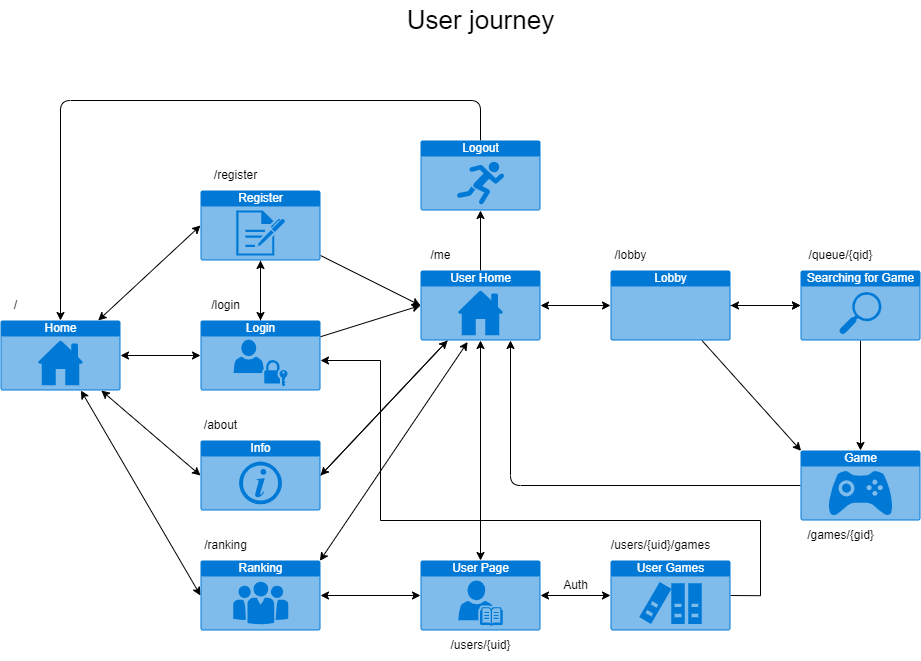
This is docs/diagrams/frontend/user-journey.drawio.png from Gongamax/Gomoku-Web, a draw.io export, as it was before one commit. Source tidied: cells renumbered, new cells last; positions are measured from the earlier drawing's top-left corner, leaving out a move shared by most shapes. Source of this version:
```xml
<mxGraphModel>
  <root>
    <mxCell id="0" />
    <mxCell id="1" parent="0" />
    <mxCell id="2" style="edgeStyle=none;html=1;entryX=0;entryY=0.5;entryDx=0;entryDy=0;entryPerimeter=0;startArrow=classic;startFill=1;" parent="1" edge="1" source="6">
      <mxGeometry relative="1" as="geometry">
        <mxPoint x="200" y="225" as="targetPoint" />
      </mxGeometry>
    </mxCell>
    <mxCell id="3" style="edgeStyle=none;html=1;entryX=0;entryY=0.5;entryDx=0;entryDy=0;entryPerimeter=0;startArrow=classic;startFill=1;" parent="1" edge="1" source="6" target="10">
      <mxGeometry relative="1" as="geometry" />
    </mxCell>
    <mxCell id="4" style="edgeStyle=none;html=1;entryX=0;entryY=0.5;entryDx=0;entryDy=0;entryPerimeter=0;startArrow=classic;startFill=1;" parent="1" edge="1" source="6" target="19">
      <mxGeometry relative="1" as="geometry" />
    </mxCell>
    <mxCell id="5" style="edgeStyle=none;html=1;entryX=0;entryY=0.5;entryDx=0;entryDy=0;entryPerimeter=0;startArrow=classic;startFill=1;" parent="1" edge="1" source="6" target="15">
      <mxGeometry relative="1" as="geometry" />
    </mxCell>
    <mxCell id="6" value="Home" style="html=1;strokeColor=none;fillColor=#0079D6;labelPosition=center;verticalLabelPosition=middle;verticalAlign=top;align=center;fontSize=12;outlineConnect=0;spacingTop=-6;fontColor=#FFFFFF;sketch=0;shape=mxgraph.sitemap.home;" parent="1" vertex="1">
      <mxGeometry y="320" width="120" height="70" as="geometry" />
    </mxCell>
    <mxCell id="7" value="/" style="text;html=1;align=center;verticalAlign=middle;strokeColor=none;fillColor=none;" parent="1" vertex="1">
      <mxGeometry y="290" width="30" height="30" as="geometry" />
    </mxCell>
    <mxCell id="8" style="edgeStyle=none;html=1;entryX=0;entryY=0.5;entryDx=0;entryDy=0;entryPerimeter=0;" parent="1" edge="1" source="10" target="24">
      <mxGeometry relative="1" as="geometry" />
    </mxCell>
    <mxCell id="9" style="edgeStyle=none;html=1;entryX=0.5;entryY=1;entryDx=0;entryDy=0;entryPerimeter=0;" parent="1" edge="1" source="10" target="28">
      <mxGeometry relative="1" as="geometry" />
    </mxCell>
    <mxCell id="10" value="Login" style="html=1;strokeColor=none;fillColor=#0079D6;labelPosition=center;verticalLabelPosition=middle;verticalAlign=top;align=center;fontSize=12;outlineConnect=0;spacingTop=-6;fontColor=#FFFFFF;sketch=0;shape=mxgraph.sitemap.login;" parent="1" vertex="1">
      <mxGeometry x="200" y="320" width="120" height="70" as="geometry" />
    </mxCell>
    <mxCell id="11" style="edgeStyle=none;html=1;entryX=0.005;entryY=0.005;entryDx=0;entryDy=0;entryPerimeter=0;" parent="1" edge="1" source="13" target="26">
      <mxGeometry relative="1" as="geometry" />
    </mxCell>
    <mxCell id="12" style="edgeStyle=none;html=1;entryX=0;entryY=0.5;entryDx=0;entryDy=0;entryPerimeter=0;" parent="1" edge="1" source="13" target="31">
      <mxGeometry relative="1" as="geometry" />
    </mxCell>
    <mxCell id="13" value="Lobby" style="html=1;strokeColor=none;fillColor=#0079D6;labelPosition=center;verticalLabelPosition=middle;verticalAlign=top;align=center;fontSize=12;outlineConnect=0;spacingTop=-6;fontColor=#FFFFFF;sketch=0;shape=mxgraph.sitemap.page;" parent="1" vertex="1">
      <mxGeometry x="610" y="270" width="120" height="70" as="geometry" />
    </mxCell>
    <mxCell id="14" style="edgeStyle=none;html=1;entryX=0;entryY=0.5;entryDx=0;entryDy=0;entryPerimeter=0;startArrow=classic;startFill=1;" parent="1" edge="1" source="15" target="17">
      <mxGeometry relative="1" as="geometry" />
    </mxCell>
    <mxCell id="15" value="Ranking&lt;br&gt;" style="html=1;strokeColor=none;fillColor=#0079D6;labelPosition=center;verticalLabelPosition=middle;verticalAlign=top;align=center;fontSize=12;outlineConnect=0;spacingTop=-6;fontColor=#FFFFFF;sketch=0;shape=mxgraph.sitemap.about_us;" parent="1" vertex="1">
      <mxGeometry x="200" y="560" width="120" height="70" as="geometry" />
    </mxCell>
    <mxCell id="16" style="edgeStyle=none;html=1;entryX=0;entryY=0.5;entryDx=0;entryDy=0;entryPerimeter=0;startArrow=classic;startFill=1;" parent="1" edge="1" source="17" target="33">
      <mxGeometry relative="1" as="geometry" />
    </mxCell>
    <mxCell id="17" value="User Page" style="html=1;strokeColor=none;fillColor=#0079D6;labelPosition=center;verticalLabelPosition=middle;verticalAlign=top;align=center;fontSize=12;outlineConnect=0;spacingTop=-6;fontColor=#FFFFFF;sketch=0;shape=mxgraph.sitemap.biography;" parent="1" vertex="1">
      <mxGeometry x="420" y="560" width="120" height="70" as="geometry" />
    </mxCell>
    <mxCell id="18" style="edgeStyle=none;html=1;exitX=1;exitY=0.5;exitDx=0;exitDy=0;exitPerimeter=0;" parent="1" edge="1" source="19" target="24">
      <mxGeometry relative="1" as="geometry" />
    </mxCell>
    <mxCell id="19" value="Info" style="html=1;strokeColor=none;fillColor=#0079D6;labelPosition=center;verticalLabelPosition=middle;verticalAlign=top;align=center;fontSize=12;outlineConnect=0;spacingTop=-6;fontColor=#FFFFFF;sketch=0;shape=mxgraph.sitemap.info;" parent="1" vertex="1">
      <mxGeometry x="200" y="440" width="120" height="70" as="geometry" />
    </mxCell>
    <mxCell id="20" style="edgeStyle=none;html=1;entryX=0;entryY=0.5;entryDx=0;entryDy=0;entryPerimeter=0;" parent="1" edge="1" target="24">
      <mxGeometry relative="1" as="geometry">
        <mxPoint x="320" y="255" as="sourcePoint" />
      </mxGeometry>
    </mxCell>
    <mxCell id="21" style="edgeStyle=none;html=1;entryX=0;entryY=0.5;entryDx=0;entryDy=0;entryPerimeter=0;startArrow=classic;startFill=1;" parent="1" edge="1" source="24" target="13">
      <mxGeometry relative="1" as="geometry" />
    </mxCell>
    <mxCell id="22" style="edgeStyle=none;html=1;entryX=1;entryY=0.5;entryDx=0;entryDy=0;entryPerimeter=0;" parent="1" edge="1" source="24" target="19">
      <mxGeometry relative="1" as="geometry" />
    </mxCell>
    <mxCell id="23" style="edgeStyle=none;html=1;entryX=0.5;entryY=1;entryDx=0;entryDy=0;entryPerimeter=0;" parent="1" edge="1" source="24" target="36">
      <mxGeometry relative="1" as="geometry" />
    </mxCell>
    <mxCell id="24" value="User Home" style="html=1;strokeColor=none;fillColor=#0079D6;labelPosition=center;verticalLabelPosition=middle;verticalAlign=top;align=center;fontSize=12;outlineConnect=0;spacingTop=-6;fontColor=#FFFFFF;sketch=0;shape=mxgraph.sitemap.home;" parent="1" vertex="1">
      <mxGeometry x="420" y="270" width="120" height="70" as="geometry" />
    </mxCell>
    <mxCell id="25" style="edgeStyle=none;html=1;entryX=0.75;entryY=1;entryDx=0;entryDy=0;entryPerimeter=0;" parent="1" edge="1" source="26" target="24">
      <mxGeometry relative="1" as="geometry">
        <Array as="points">
          <mxPoint x="510" y="485" />
        </Array>
      </mxGeometry>
    </mxCell>
    <mxCell id="26" value="Game" style="html=1;strokeColor=none;fillColor=#0079D6;labelPosition=center;verticalLabelPosition=middle;verticalAlign=top;align=center;fontSize=12;outlineConnect=0;spacingTop=-6;fontColor=#FFFFFF;sketch=0;shape=mxgraph.sitemap.game;" parent="1" vertex="1">
      <mxGeometry x="800" y="450" width="120" height="70" as="geometry" />
    </mxCell>
    <mxCell id="27" style="edgeStyle=none;html=1;entryX=0.5;entryY=0;entryDx=0;entryDy=0;entryPerimeter=0;" parent="1" edge="1" source="28" target="10">
      <mxGeometry relative="1" as="geometry" />
    </mxCell>
    <mxCell id="28" value="Register" style="html=1;strokeColor=none;fillColor=#0079D6;labelPosition=center;verticalLabelPosition=middle;verticalAlign=top;align=center;fontSize=12;outlineConnect=0;spacingTop=-6;fontColor=#FFFFFF;sketch=0;shape=mxgraph.sitemap.log;" parent="1" vertex="1">
      <mxGeometry x="200" y="190" width="120" height="70" as="geometry" />
    </mxCell>
    <mxCell id="29" style="edgeStyle=none;html=1;entryX=0.5;entryY=0;entryDx=0;entryDy=0;entryPerimeter=0;" parent="1" edge="1" source="31" target="26">
      <mxGeometry relative="1" as="geometry" />
    </mxCell>
    <mxCell id="30" style="edgeStyle=none;html=1;startArrow=classic;startFill=1;" parent="1" edge="1" source="31" target="13">
      <mxGeometry relative="1" as="geometry" />
    </mxCell>
    <mxCell id="31" value="Searching for Game" style="html=1;strokeColor=none;fillColor=#0079D6;labelPosition=center;verticalLabelPosition=middle;verticalAlign=top;align=center;fontSize=12;outlineConnect=0;spacingTop=-6;fontColor=#FFFFFF;sketch=0;shape=mxgraph.sitemap.search;" parent="1" vertex="1">
      <mxGeometry x="800" y="270" width="120" height="70" as="geometry" />
    </mxCell>
    <mxCell id="32" style="edgeStyle=orthogonalEdgeStyle;rounded=0;jettySize=auto;html=1;exitX=1;exitY=0.5;exitDx=0;exitDy=0;exitPerimeter=0;" parent="1" edge="1" source="33" target="10">
      <mxGeometry relative="1" as="geometry">
        <Array as="points">
          <mxPoint x="760" y="595" />
          <mxPoint x="760" y="520" />
          <mxPoint x="380" y="520" />
          <mxPoint x="380" y="360" />
        </Array>
      </mxGeometry>
    </mxCell>
    <mxCell id="33" value="User Games" style="html=1;strokeColor=none;fillColor=#0079D6;labelPosition=center;verticalLabelPosition=middle;verticalAlign=top;align=center;fontSize=12;outlineConnect=0;spacingTop=-6;fontColor=#FFFFFF;sketch=0;shape=mxgraph.sitemap.references;" parent="1" vertex="1">
      <mxGeometry x="610" y="560" width="120" height="70" as="geometry" />
    </mxCell>
    <mxCell id="34" value="Auth" style="text;html=1;align=center;verticalAlign=middle;strokeColor=none;fillColor=none;" parent="1" vertex="1">
      <mxGeometry x="550" y="570" width="50" height="30" as="geometry" />
    </mxCell>
    <mxCell id="35" style="edgeStyle=none;html=1;entryX=0.5;entryY=0;entryDx=0;entryDy=0;entryPerimeter=0;" parent="1" edge="1" source="36" target="6">
      <mxGeometry relative="1" as="geometry">
        <Array as="points">
          <mxPoint x="480" y="100" />
          <mxPoint x="60" y="100" />
        </Array>
      </mxGeometry>
    </mxCell>
    <mxCell id="36" value="Logout" style="html=1;strokeColor=none;fillColor=#0079D6;labelPosition=center;verticalLabelPosition=middle;verticalAlign=top;align=center;fontSize=12;outlineConnect=0;spacingTop=-6;fontColor=#FFFFFF;sketch=0;shape=mxgraph.sitemap.sports;" parent="1" vertex="1">
      <mxGeometry x="420" y="140" width="120" height="70" as="geometry" />
    </mxCell>
    <mxCell id="37" style="endArrow=classic;startArrow=classic;html=1;entryX=0.393;entryY=1.021;entryDx=0;entryDy=0;entryPerimeter=0;exitX=0.995;exitY=0.005;exitDx=0;exitDy=0;exitPerimeter=0;" parent="1" edge="1" source="15" target="24">
      <mxGeometry relative="1" as="geometry" />
    </mxCell>
    <mxCell id="38" style="endArrow=classic;startArrow=classic;html=1;entryX=0.5;entryY=1;entryDx=0;entryDy=0;entryPerimeter=0;exitX=0.5;exitY=0;exitDx=0;exitDy=0;exitPerimeter=0;" parent="1" edge="1" source="17" target="24">
      <mxGeometry relative="1" as="geometry" />
    </mxCell>
    <mxCell id="39" value="/register" style="text;html=1;align=center;verticalAlign=middle;strokeColor=none;fillColor=none;" parent="1" vertex="1">
      <mxGeometry x="200" y="160" width="70" height="30" as="geometry" />
    </mxCell>
    <mxCell id="40" value="/login" style="text;html=1;align=center;verticalAlign=middle;strokeColor=none;fillColor=none;" parent="1" vertex="1">
      <mxGeometry x="200" y="290" width="50" height="30" as="geometry" />
    </mxCell>
    <mxCell id="41" value="/about" style="text;html=1;align=center;verticalAlign=middle;strokeColor=none;fillColor=none;" parent="1" vertex="1">
      <mxGeometry x="190" y="410" width="60" height="30" as="geometry" />
    </mxCell>
    <mxCell id="42" value="/ranking" style="text;html=1;align=center;verticalAlign=middle;strokeColor=none;fillColor=none;" parent="1" vertex="1">
      <mxGeometry x="190" y="530" width="70" height="30" as="geometry" />
    </mxCell>
    <mxCell id="43" value="/users/{uid}" style="text;html=1;align=center;verticalAlign=middle;strokeColor=none;fillColor=none;" parent="1" vertex="1">
      <mxGeometry x="440" y="630" width="80" height="30" as="geometry" />
    </mxCell>
    <mxCell id="44" value="/users/{uid}/games" style="text;html=1;align=center;verticalAlign=middle;strokeColor=none;fillColor=none;" parent="1" vertex="1">
      <mxGeometry x="600" y="530" width="120" height="30" as="geometry" />
    </mxCell>
    <mxCell id="45" value="/me" style="text;html=1;align=center;verticalAlign=middle;strokeColor=none;fillColor=none;" parent="1" vertex="1">
      <mxGeometry x="420" y="240" width="40" height="30" as="geometry" />
    </mxCell>
    <mxCell id="46" value="/lobby" style="text;html=1;align=center;verticalAlign=middle;strokeColor=none;fillColor=none;" parent="1" vertex="1">
      <mxGeometry x="600" y="240" width="60" height="30" as="geometry" />
    </mxCell>
    <mxCell id="47" value="/queue/{qid}" style="text;html=1;align=center;verticalAlign=middle;strokeColor=none;fillColor=none;" parent="1" vertex="1">
      <mxGeometry x="795" y="240" width="90" height="30" as="geometry" />
    </mxCell>
    <mxCell id="48" value="/games/{gid}" style="text;html=1;align=center;verticalAlign=middle;strokeColor=none;fillColor=none;" parent="1" vertex="1">
      <mxGeometry x="795" y="520" width="90" height="30" as="geometry" />
    </mxCell>
    <mxCell id="49" value="&lt;font style=&quot;font-size: 26px;&quot;&gt;User journey&lt;br&gt;&lt;/font&gt;" style="text;html=1;align=center;verticalAlign=middle;strokeColor=none;fillColor=none;" parent="1" vertex="1">
      <mxGeometry x="395" width="170" height="40" as="geometry" />
    </mxCell>
  </root>
</mxGraphModel>
```
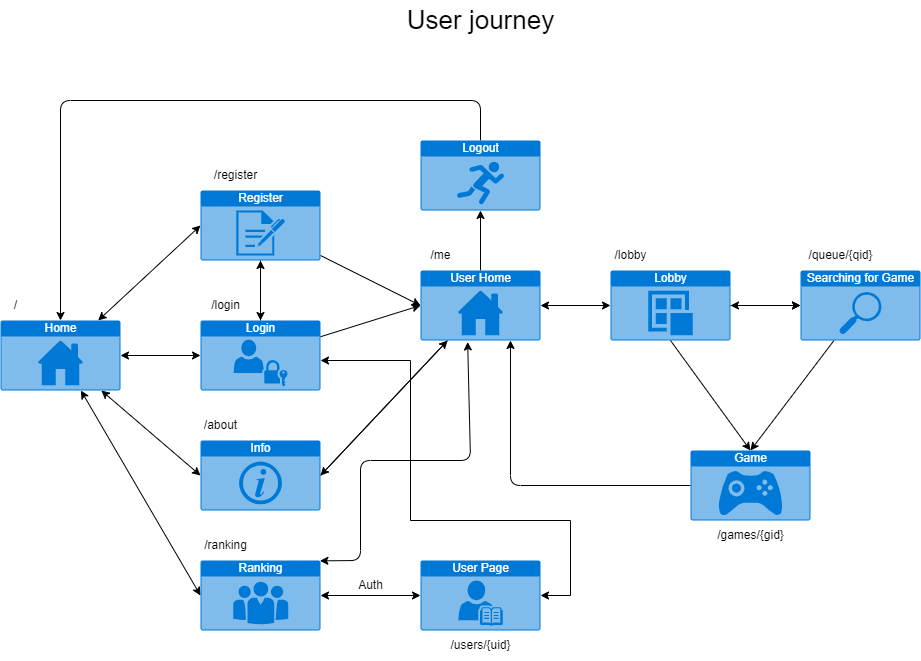
Above is the later version.

What changed in the source:
```diff
@@ -31,24 +31,20 @@
     <mxCell id="10" value="Login" style="html=1;strokeColor=none;fillColor=#0079D6;labelPosition=center;verticalLabelPosition=middle;verticalAlign=top;align=center;fontSize=12;outlineConnect=0;spacingTop=-6;fontColor=#FFFFFF;sketch=0;shape=mxgraph.sitemap.login;" parent="1" vertex="1">
       <mxGeometry x="200" y="320" width="120" height="70" as="geometry" />
     </mxCell>
-    <mxCell id="11" style="edgeStyle=none;html=1;entryX=0.005;entryY=0.005;entryDx=0;entryDy=0;entryPerimeter=0;" parent="1" edge="1" source="13" target="26">
+    <mxCell id="11" style="edgeStyle=none;html=1;entryX=0.5;entryY=0;entryDx=0;entryDy=0;entryPerimeter=0;exitX=0.5;exitY=1;exitDx=0;exitDy=0;exitPerimeter=0;" parent="1" edge="1" source="13" target="26">
       <mxGeometry relative="1" as="geometry" />
     </mxCell>
-    <mxCell id="12" style="edgeStyle=none;html=1;entryX=0;entryY=0.5;entryDx=0;entryDy=0;entryPerimeter=0;" parent="1" edge="1" source="13" target="31">
-      <mxGeometry relative="1" as="geometry" />
+    <mxCell id="12" style="edgeStyle=none;html=1;entryX=0;entryY=0.5;entryDx=0;entryDy=0;entryPerimeter=0;" parent="1" edge="1" target="31">
+      <mxGeometry relative="1" as="geometry">
+        <mxPoint x="730" y="305" as="sourcePoint" />
+      </mxGeometry>
     </mxCell>
-    <mxCell id="13" value="Lobby" style="html=1;strokeColor=none;fillColor=#0079D6;labelPosition=center;verticalLabelPosition=middle;verticalAlign=top;align=center;fontSize=12;outlineConnect=0;spacingTop=-6;fontColor=#FFFFFF;sketch=0;shape=mxgraph.sitemap.page;" parent="1" vertex="1">
-      <mxGeometry x="610" y="270" width="120" height="70" as="geometry" />
-    </mxCell>
     <mxCell id="14" style="edgeStyle=none;html=1;entryX=0;entryY=0.5;entryDx=0;entryDy=0;entryPerimeter=0;startArrow=classic;startFill=1;" parent="1" edge="1" source="15" target="17">
       <mxGeometry relative="1" as="geometry" />
     </mxCell>
     <mxCell id="15" value="Ranking&lt;br&gt;" style="html=1;strokeColor=none;fillColor=#0079D6;labelPosition=center;verticalLabelPosition=middle;verticalAlign=top;align=center;fontSize=12;outlineConnect=0;spacingTop=-6;fontColor=#FFFFFF;sketch=0;shape=mxgraph.sitemap.about_us;" parent="1" vertex="1">
       <mxGeometry x="200" y="560" width="120" height="70" as="geometry" />
     </mxCell>
-    <mxCell id="16" style="edgeStyle=none;html=1;entryX=0;entryY=0.5;entryDx=0;entryDy=0;entryPerimeter=0;startArrow=classic;startFill=1;" parent="1" edge="1" source="17" target="33">
-      <mxGeometry relative="1" as="geometry" />
-    </mxCell>
     <mxCell id="17" value="User Page" style="html=1;strokeColor=none;fillColor=#0079D6;labelPosition=center;verticalLabelPosition=middle;verticalAlign=top;align=center;fontSize=12;outlineConnect=0;spacingTop=-6;fontColor=#FFFFFF;sketch=0;shape=mxgraph.sitemap.biography;" parent="1" vertex="1">
       <mxGeometry x="420" y="560" width="120" height="70" as="geometry" />
     </mxCell>
@@ -83,7 +79,7 @@
       </mxGeometry>
     </mxCell>
     <mxCell id="26" value="Game" style="html=1;strokeColor=none;fillColor=#0079D6;labelPosition=center;verticalLabelPosition=middle;verticalAlign=top;align=center;fontSize=12;outlineConnect=0;spacingTop=-6;fontColor=#FFFFFF;sketch=0;shape=mxgraph.sitemap.game;" parent="1" vertex="1">
-      <mxGeometry x="800" y="450" width="120" height="70" as="geometry" />
+      <mxGeometry x="690" y="450" width="120" height="70" as="geometry" />
     </mxCell>
     <mxCell id="27" style="edgeStyle=none;html=1;entryX=0.5;entryY=0;entryDx=0;entryDy=0;entryPerimeter=0;" parent="1" edge="1" source="28" target="10">
       <mxGeometry relative="1" as="geometry" />
@@ -94,27 +90,26 @@
     <mxCell id="29" style="edgeStyle=none;html=1;entryX=0.5;entryY=0;entryDx=0;entryDy=0;entryPerimeter=0;" parent="1" edge="1" source="31" target="26">
       <mxGeometry relative="1" as="geometry" />
     </mxCell>
-    <mxCell id="30" style="edgeStyle=none;html=1;startArrow=classic;startFill=1;" parent="1" edge="1" source="31" target="13">
-      <mxGeometry relative="1" as="geometry" />
+    <mxCell id="30" style="edgeStyle=none;html=1;startArrow=classic;startFill=1;" parent="1" edge="1" source="31">
+      <mxGeometry relative="1" as="geometry">
+        <mxPoint x="730" y="305" as="targetPoint" />
+      </mxGeometry>
     </mxCell>
     <mxCell id="31" value="Searching for Game" style="html=1;strokeColor=none;fillColor=#0079D6;labelPosition=center;verticalLabelPosition=middle;verticalAlign=top;align=center;fontSize=12;outlineConnect=0;spacingTop=-6;fontColor=#FFFFFF;sketch=0;shape=mxgraph.sitemap.search;" parent="1" vertex="1">
       <mxGeometry x="800" y="270" width="120" height="70" as="geometry" />
     </mxCell>
-    <mxCell id="32" style="edgeStyle=orthogonalEdgeStyle;rounded=0;jettySize=auto;html=1;exitX=1;exitY=0.5;exitDx=0;exitDy=0;exitPerimeter=0;" parent="1" edge="1" source="33" target="10">
+    <mxCell id="32" style="edgeStyle=orthogonalEdgeStyle;rounded=0;jettySize=auto;html=1;exitX=1;exitY=0.5;exitDx=0;exitDy=0;exitPerimeter=0;startArrow=classic;startFill=1;" parent="1" edge="1" source="17" target="10">
       <mxGeometry relative="1" as="geometry">
         <Array as="points">
-          <mxPoint x="760" y="595" />
-          <mxPoint x="760" y="520" />
-          <mxPoint x="380" y="520" />
-          <mxPoint x="380" y="360" />
+          <mxPoint x="570" y="595" />
+          <mxPoint x="570" y="520" />
+          <mxPoint x="410" y="520" />
+          <mxPoint x="410" y="360" />
         </Array>
       </mxGeometry>
     </mxCell>
-    <mxCell id="33" value="User Games" style="html=1;strokeColor=none;fillColor=#0079D6;labelPosition=center;verticalLabelPosition=middle;verticalAlign=top;align=center;fontSize=12;outlineConnect=0;spacingTop=-6;fontColor=#FFFFFF;sketch=0;shape=mxgraph.sitemap.references;" parent="1" vertex="1">
-      <mxGeometry x="610" y="560" width="120" height="70" as="geometry" />
-    </mxCell>
     <mxCell id="34" value="Auth" style="text;html=1;align=center;verticalAlign=middle;strokeColor=none;fillColor=none;" parent="1" vertex="1">
-      <mxGeometry x="550" y="570" width="50" height="30" as="geometry" />
+      <mxGeometry x="345" y="570" width="50" height="30" as="geometry" />
     </mxCell>
     <mxCell id="35" style="edgeStyle=none;html=1;entryX=0.5;entryY=0;entryDx=0;entryDy=0;entryPerimeter=0;" parent="1" edge="1" source="36" target="6">
       <mxGeometry relative="1" as="geometry">
@@ -128,11 +123,14 @@
       <mxGeometry x="420" y="140" width="120" height="70" as="geometry" />
     </mxCell>
     <mxCell id="37" style="endArrow=classic;startArrow=classic;html=1;entryX=0.393;entryY=1.021;entryDx=0;entryDy=0;entryPerimeter=0;exitX=0.995;exitY=0.005;exitDx=0;exitDy=0;exitPerimeter=0;" parent="1" edge="1" source="15" target="24">
-      <mxGeometry relative="1" as="geometry" />
+      <mxGeometry relative="1" as="geometry">
+        <Array as="points">
+          <mxPoint x="360" y="560" />
+          <mxPoint x="360" y="460" />
+          <mxPoint x="470" y="460" />
+        </Array>
+      </mxGeometry>
     </mxCell>
-    <mxCell id="38" style="endArrow=classic;startArrow=classic;html=1;entryX=0.5;entryY=1;entryDx=0;entryDy=0;entryPerimeter=0;exitX=0.5;exitY=0;exitDx=0;exitDy=0;exitPerimeter=0;" parent="1" edge="1" source="17" target="24">
-      <mxGeometry relative="1" as="geometry" />
-    </mxCell>
     <mxCell id="39" value="/register" style="text;html=1;align=center;verticalAlign=middle;strokeColor=none;fillColor=none;" parent="1" vertex="1">
       <mxGeometry x="200" y="160" width="70" height="30" as="geometry" />
     </mxCell>
@@ -148,9 +146,6 @@
     <mxCell id="43" value="/users/{uid}" style="text;html=1;align=center;verticalAlign=middle;strokeColor=none;fillColor=none;" parent="1" vertex="1">
       <mxGeometry x="440" y="630" width="80" height="30" as="geometry" />
     </mxCell>
-    <mxCell id="44" value="/users/{uid}/games" style="text;html=1;align=center;verticalAlign=middle;strokeColor=none;fillColor=none;" parent="1" vertex="1">
-      <mxGeometry x="600" y="530" width="120" height="30" as="geometry" />
-    </mxCell>
     <mxCell id="45" value="/me" style="text;html=1;align=center;verticalAlign=middle;strokeColor=none;fillColor=none;" parent="1" vertex="1">
       <mxGeometry x="420" y="240" width="40" height="30" as="geometry" />
     </mxCell>
@@ -161,10 +156,13 @@
       <mxGeometry x="795" y="240" width="90" height="30" as="geometry" />
     </mxCell>
     <mxCell id="48" value="/games/{gid}" style="text;html=1;align=center;verticalAlign=middle;strokeColor=none;fillColor=none;" parent="1" vertex="1">
-      <mxGeometry x="795" y="520" width="90" height="30" as="geometry" />
+      <mxGeometry x="705" y="520" width="90" height="30" as="geometry" />
     </mxCell>
     <mxCell id="49" value="&lt;font style=&quot;font-size: 26px;&quot;&gt;User journey&lt;br&gt;&lt;/font&gt;" style="text;html=1;align=center;verticalAlign=middle;strokeColor=none;fillColor=none;" parent="1" vertex="1">
       <mxGeometry x="395" width="170" height="40" as="geometry" />
     </mxCell>
+    <mxCell id="13" value="Lobby" style="html=1;strokeColor=none;fillColor=#0079D6;labelPosition=center;verticalLabelPosition=middle;verticalAlign=top;align=center;fontSize=12;outlineConnect=0;spacingTop=-6;fontColor=#FFFFFF;sketch=0;shape=mxgraph.sitemap.post;" parent="1" vertex="1">
+      <mxGeometry x="610" y="270" width="120" height="70" as="geometry" />
+    </mxCell>
   </root>
 </mxGraphModel>
```
